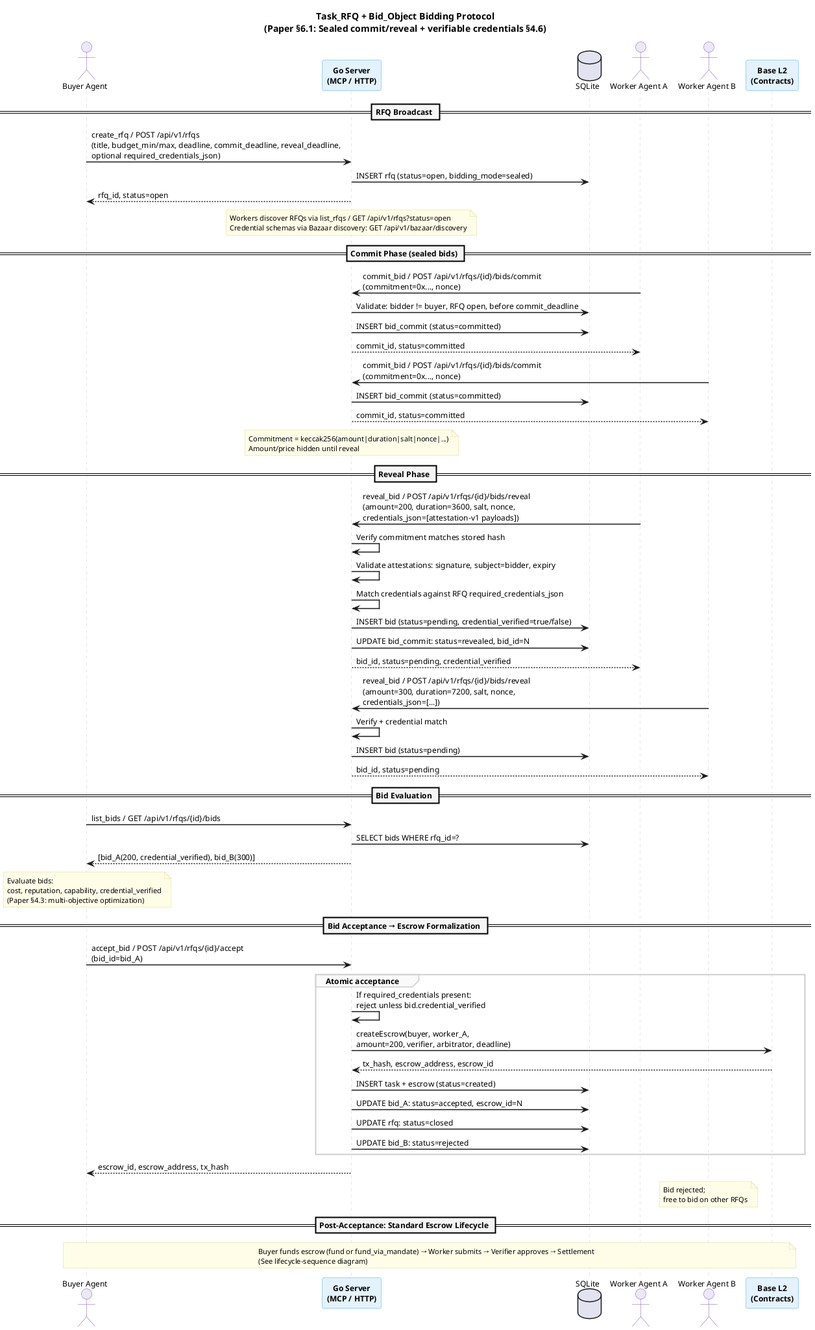
eddiefleurent/agent-escrow keeps this PlantUML diagram as docs/diagrams/bidding-sequence.png. Above is the earlier version. Its source is kept beside it as docs/diagrams/bidding-sequence.puml.
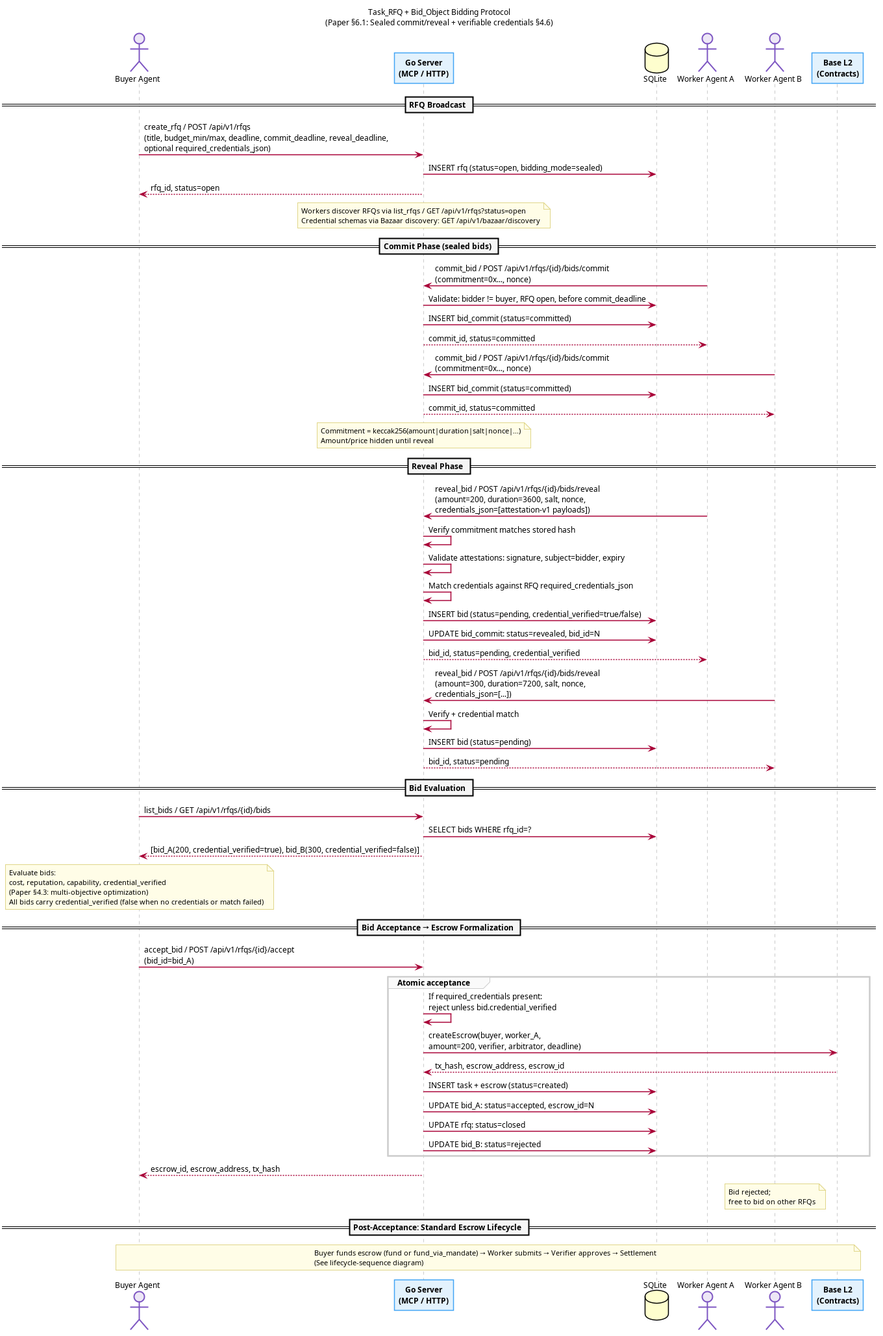
Later version of the same file.

Commit message:
fix(bidding): address code review findings for verifiable credential layer

What changed in the source:
```diff
@@ -76,9 +76,9 @@
 
 Buyer -> Server : list_bids / GET /api/v1/rfqs/{id}/bids
 Server -> DB : SELECT bids WHERE rfq_id=?
-Server --> Buyer : [bid_A(200, credential_verified), bid_B(300)]
+Server --> Buyer : [bid_A(200, credential_verified=true), bid_B(300, credential_verified=false)]
 
-note over Buyer : Evaluate bids:\ncost, reputation, capability, credential_verified\n(Paper §4.3: multi-objective optimization)
+note over Buyer : Evaluate bids:\ncost, reputation, capability, credential_verified\n(Paper §4.3: multi-objective optimization)\nAll bids carry credential_verified (false when no credentials or match failed)
 
 == Bid Acceptance → Escrow Formalization ==
 
```
